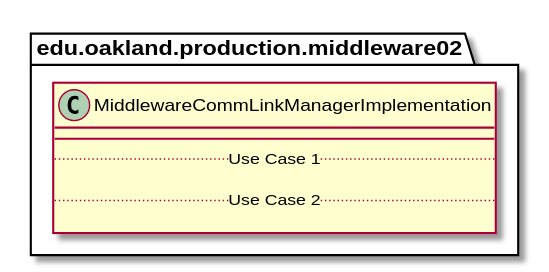
Earlier version of the PlantUML export docs/uml-class-diagrams/middleware02/production/MiddlewareCommLinkManagerImplementation/MiddlewareCommLinkManagerImplementation.svg (elilley15/csi-3370-software-project).
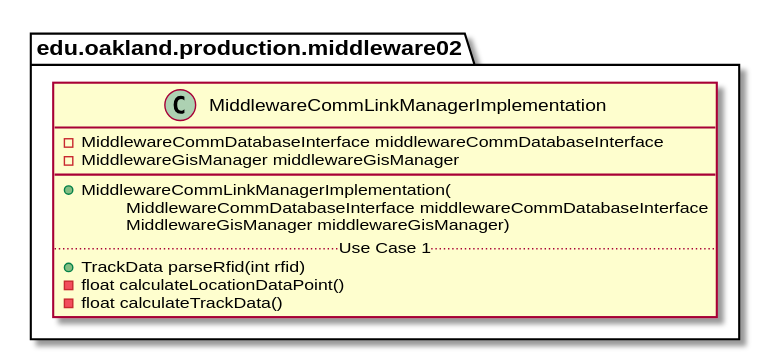
The same file after the commit.

Change to the diagram source:
```diff
@@ -2,11 +2,16 @@
 
 package edu.oakland.production.middleware02 {
     class MiddlewareCommLinkManagerImplementation {
+        - MiddlewareCommDatabaseInterface middlewareCommDatabaseInterface
+        - MiddlewareGisManager middlewareGisManager
         __
+        + MiddlewareCommLinkManagerImplementation(
+        \tMiddlewareCommDatabaseInterface middlewareCommDatabaseInterface
+        \tMiddlewareGisManager middlewareGisManager)
         .. Use Case 1 ..
-
-        .. Use Case 2 ..
-
+        + TrackData parseRfid(int rfid)
+        - float calculateLocationDataPoint()
+        - float calculateTrackData()
     }
 }
 
```
